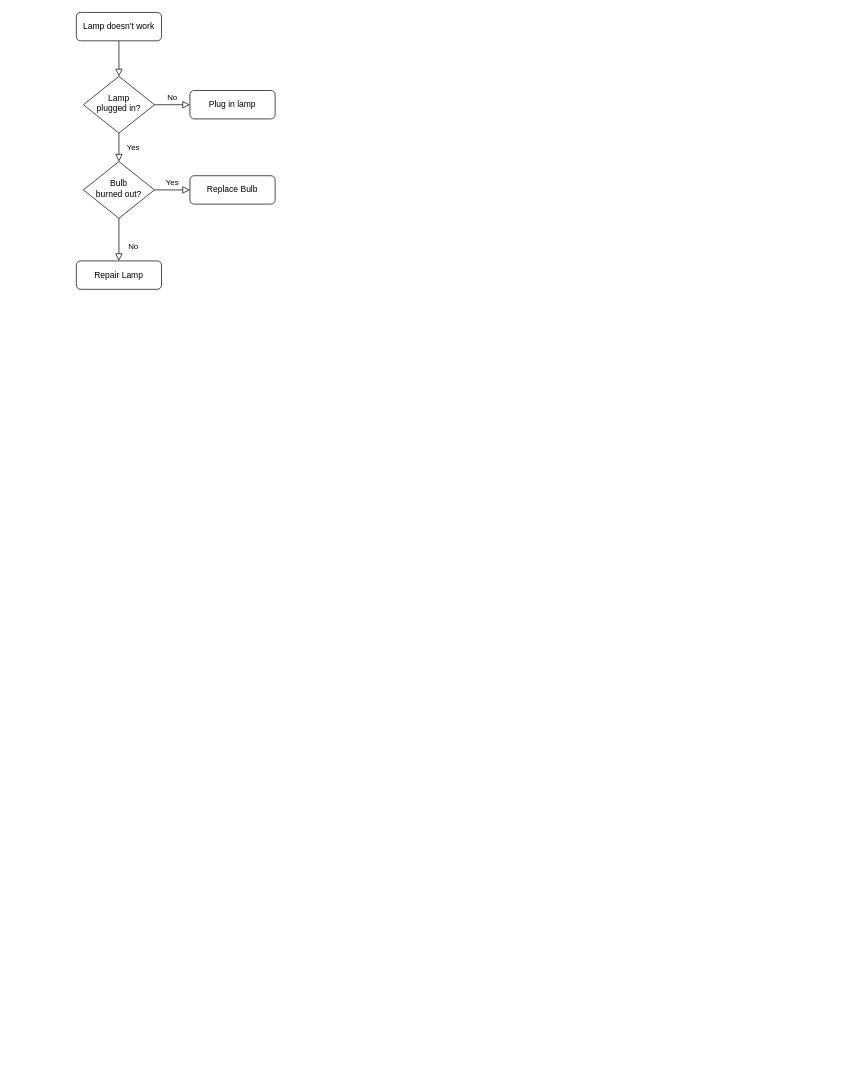
Earlier version of the draw.io diagram techlab/mdm.drawio (qiufang1314/drawio). Source tidied: cells renumbered, new cells numbered last; positions are measured from the earlier drawing's top-left corner, leaving out a move shared by most shapes. Both pictures are drawn from the tidied source at 71%, with x=0, y=0 at pixel (76, 12).
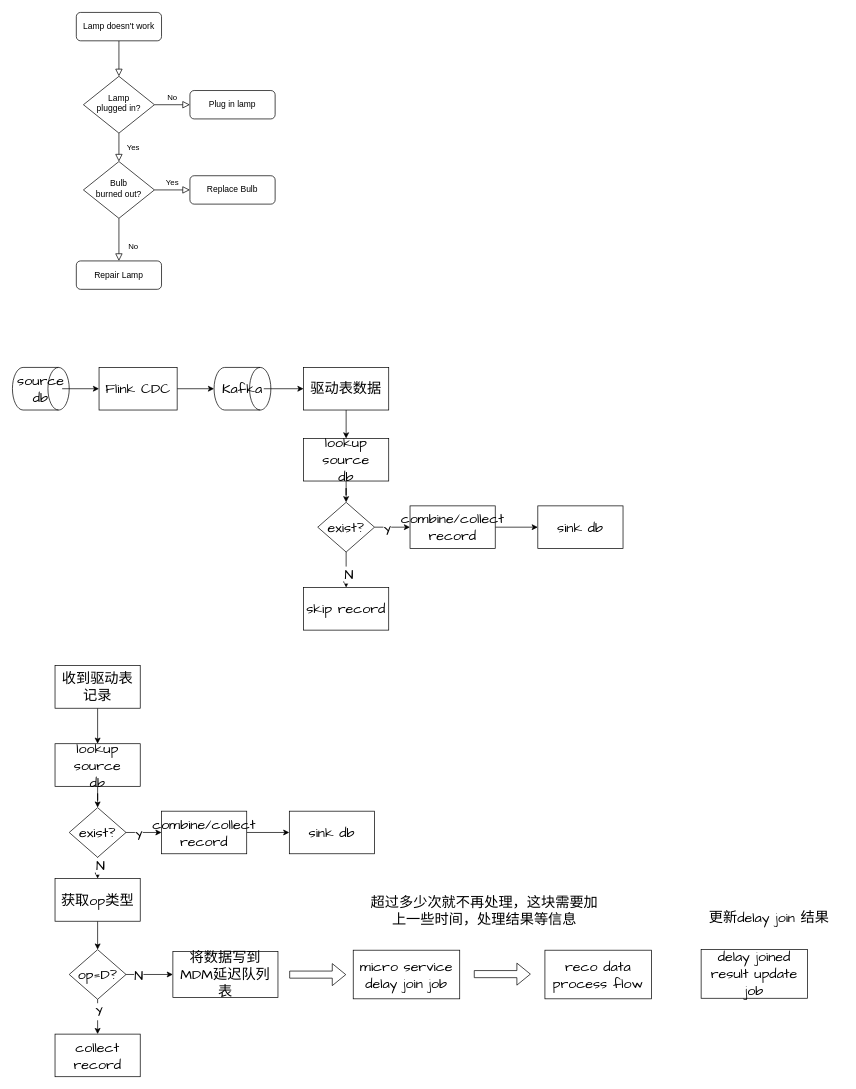
Above is the later version.

Change to the diagram source:
```diff
@@
+    <mxCell id="13" style="shape=cylinder3;whiteSpace=wrap;html=1;boundedLbl=1;backgroundOutline=1;size=15;hachureGap=4;fontFamily=Architects Daughter;fontSize=20;rotation=90;" parent="1" vertex="1">
+      <mxGeometry x="-80" y="490" width="60" height="80" as="geometry" />
+    </mxCell>
+    <mxCell id="14" style="edgeStyle=orthogonalEdgeStyle;rounded=0;sketch=0;hachureGap=4;jiggle=2;curveFitting=1;jettySize=auto;html=1;fontFamily=Architects Daughter;fontSize=16;" parent="1" edge="1" source="15" target="18">
+      <mxGeometry relative="1" as="geometry" />
+    </mxCell>
+    <mxCell id="15" value="source&lt;br&gt;db" style="text;html=1;strokeColor=none;fillColor=none;align=center;verticalAlign=middle;whiteSpace=wrap;rounded=0;fontSize=20;fontFamily=Architects Daughter;" parent="1" vertex="1">
+      <mxGeometry x="-80" y="515" width="60" height="30" as="geometry" />
+    </mxCell>
+    <mxCell id="16" style="edgeStyle=orthogonalEdgeStyle;rounded=0;hachureGap=4;orthogonalLoop=1;jettySize=auto;html=1;exitX=0.5;exitY=1;exitDx=0;exitDy=0;fontFamily=Architects Daughter;fontSize=16;" parent="1" edge="1" source="15" target="15">
+      <mxGeometry relative="1" as="geometry" />
+    </mxCell>
+    <mxCell id="17" style="edgeStyle=orthogonalEdgeStyle;rounded=0;sketch=0;hachureGap=4;jiggle=2;curveFitting=1;jettySize=auto;html=1;fontFamily=Architects Daughter;fontSize=16;" parent="1" edge="1" source="18" target="19">
+      <mxGeometry relative="1" as="geometry" />
+    </mxCell>
+    <mxCell id="18" value="Flink CDC" style="rounded=0;whiteSpace=wrap;html=1;sketch=0;hachureGap=4;jiggle=2;curveFitting=1;fontFamily=Architects Daughter;fontSize=20;" parent="1" vertex="1">
+      <mxGeometry x="32" y="500" width="110" height="60" as="geometry" />
+    </mxCell>
+    <mxCell id="19" style="shape=cylinder3;whiteSpace=wrap;html=1;boundedLbl=1;backgroundOutline=1;size=15;sketch=0;hachureGap=4;jiggle=2;curveFitting=1;fontFamily=Architects Daughter;fontSize=20;rotation=90;" parent="1" vertex="1">
+      <mxGeometry x="204" y="490" width="60" height="80" as="geometry" />
+    </mxCell>
+    <mxCell id="20" style="edgeStyle=orthogonalEdgeStyle;rounded=0;sketch=0;hachureGap=4;jiggle=2;curveFitting=1;jettySize=auto;html=1;fontFamily=Architects Daughter;fontSize=16;" parent="1" edge="1" source="21" target="23">
+      <mxGeometry relative="1" as="geometry" />
+    </mxCell>
+    <mxCell id="21" value="Kafka" style="text;html=1;strokeColor=none;fillColor=none;align=center;verticalAlign=middle;whiteSpace=wrap;rounded=0;fontSize=20;fontFamily=Architects Daughter;" parent="1" vertex="1">
+      <mxGeometry x="204" y="515" width="60" height="30" as="geometry" />
+    </mxCell>
+    <mxCell id="22" style="edgeStyle=orthogonalEdgeStyle;rounded=0;sketch=0;hachureGap=4;jiggle=2;curveFitting=1;jettySize=auto;html=1;fontFamily=Architects Daughter;fontSize=16;" parent="1" edge="1" source="23" target="25">
+      <mxGeometry relative="1" as="geometry" />
+    </mxCell>
+    <mxCell id="23" value="驱动表数据" style="rounded=0;whiteSpace=wrap;html=1;sketch=0;hachureGap=4;jiggle=2;curveFitting=1;fontFamily=Architects Daughter;fontSize=20;" parent="1" vertex="1">
+      <mxGeometry x="320" y="500" width="120" height="60" as="geometry" />
+    </mxCell>
+    <mxCell id="24" style="edgeStyle=orthogonalEdgeStyle;rounded=0;sketch=0;hachureGap=4;jiggle=2;curveFitting=1;jettySize=auto;html=1;fontFamily=Architects Daughter;fontSize=16;" parent="1" edge="1" source="25" target="30">
+      <mxGeometry relative="1" as="geometry" />
+    </mxCell>
+    <mxCell id="25" value="lookup source&lt;br&gt;db" style="rounded=0;whiteSpace=wrap;html=1;sketch=0;hachureGap=4;jiggle=2;curveFitting=1;fontFamily=Architects Daughter;fontSize=20;" parent="1" vertex="1">
+      <mxGeometry x="320" y="600" width="120" height="60" as="geometry" />
+    </mxCell>
+    <mxCell id="26" style="edgeStyle=orthogonalEdgeStyle;rounded=0;sketch=0;hachureGap=4;jiggle=2;curveFitting=1;jettySize=auto;html=1;fontFamily=Architects Daughter;fontSize=16;" parent="1" edge="1" source="30" target="32">
+      <mxGeometry relative="1" as="geometry" />
+    </mxCell>
+    <mxCell id="27" value="Y" style="edgeLabel;html=1;align=center;verticalAlign=middle;fontSize=20;fontFamily=Architects Daughter;" parent="26" vertex="1">
+      <mxGeometry x="-0.32" y="-3" relative="1" as="geometry" />
+    </mxCell>
+    <mxCell id="28" style="edgeStyle=orthogonalEdgeStyle;rounded=0;sketch=0;hachureGap=4;jiggle=2;curveFitting=1;jettySize=auto;html=1;fontFamily=Architects Daughter;fontSize=16;" parent="1" edge="1" source="30" target="33">
+      <mxGeometry relative="1" as="geometry" />
+    </mxCell>
+    <mxCell id="29" value="N" style="edgeLabel;html=1;align=center;verticalAlign=middle;fontSize=20;fontFamily=Architects Daughter;" parent="28" vertex="1">
+      <mxGeometry x="0.24" y="3" relative="1" as="geometry" />
+    </mxCell>
+    <mxCell id="30" value="exist?" style="rhombus;whiteSpace=wrap;html=1;sketch=0;hachureGap=4;jiggle=2;curveFitting=1;fontFamily=Architects Daughter;fontSize=20;" parent="1" vertex="1">
+      <mxGeometry x="340" y="690" width="80" height="70" as="geometry" />
+    </mxCell>
+    <mxCell id="31" style="edgeStyle=orthogonalEdgeStyle;rounded=0;sketch=0;hachureGap=4;jiggle=2;curveFitting=1;jettySize=auto;html=1;fontFamily=Architects Daughter;fontSize=16;" parent="1" edge="1" source="32" target="34">
+      <mxGeometry relative="1" as="geometry" />
+    </mxCell>
+    <mxCell id="32" value="combine/collect record" style="whiteSpace=wrap;html=1;fontSize=20;fontFamily=Architects Daughter;sketch=0;hachureGap=4;jiggle=2;curveFitting=1;" parent="1" vertex="1">
+      <mxGeometry x="470" y="695" width="120" height="60" as="geometry" />
+    </mxCell>
+    <mxCell id="33" value="skip record" style="whiteSpace=wrap;html=1;fontSize=20;fontFamily=Architects Daughter;sketch=0;hachureGap=4;jiggle=2;curveFitting=1;" parent="1" vertex="1">
+      <mxGeometry x="320" y="810" width="120" height="60" as="geometry" />
+    </mxCell>
+    <mxCell id="34" value="sink db" style="whiteSpace=wrap;html=1;fontSize=20;fontFamily=Architects Daughter;sketch=0;hachureGap=4;jiggle=2;curveFitting=1;" parent="1" vertex="1">
+      <mxGeometry x="650" y="695" width="120" height="60" as="geometry" />
+    </mxCell>
+    <mxCell id="35" style="edgeStyle=orthogonalEdgeStyle;rounded=0;sketch=0;hachureGap=4;jiggle=2;curveFitting=1;jettySize=auto;html=1;fontFamily=Architects Daughter;fontSize=16;" parent="1" edge="1" source="36" target="41">
+      <mxGeometry relative="1" as="geometry" />
+    </mxCell>
+    <mxCell id="36" value="lookup source&lt;br&gt;db" style="rounded=0;whiteSpace=wrap;html=1;sketch=0;hachureGap=4;jiggle=2;curveFitting=1;fontFamily=Architects Daughter;fontSize=20;" parent="1" vertex="1">
+      <mxGeometry x="-30" y="1030" width="120" height="60" as="geometry" />
+    </mxCell>
+    <mxCell id="37" style="edgeStyle=orthogonalEdgeStyle;rounded=0;sketch=0;hachureGap=4;jiggle=2;curveFitting=1;jettySize=auto;html=1;fontFamily=Architects Daughter;fontSize=16;" parent="1" edge="1" source="41" target="43">
+      <mxGeometry relative="1" as="geometry" />
+    </mxCell>
+    <mxCell id="38" value="Y" style="edgeLabel;html=1;align=center;verticalAlign=middle;fontSize=20;fontFamily=Architects Daughter;" parent="37" vertex="1">
+      <mxGeometry x="-0.32" y="-3" relative="1" as="geometry" />
+    </mxCell>
+    <mxCell id="39" style="edgeStyle=orthogonalEdgeStyle;rounded=0;sketch=0;hachureGap=4;jiggle=2;curveFitting=1;jettySize=auto;html=1;fontFamily=Architects Daughter;fontSize=16;" parent="1" edge="1" source="41" target="45">
+      <mxGeometry relative="1" as="geometry" />
+    </mxCell>
+    <mxCell id="40" value="N" style="edgeLabel;html=1;align=center;verticalAlign=middle;fontSize=20;fontFamily=Architects Daughter;" parent="39" vertex="1">
+      <mxGeometry x="0.24" y="3" relative="1" as="geometry" />
+    </mxCell>
+    <mxCell id="41" value="exist?" style="rhombus;whiteSpace=wrap;html=1;sketch=0;hachureGap=4;jiggle=2;curveFitting=1;fontFamily=Architects Daughter;fontSize=20;" parent="1" vertex="1">
+      <mxGeometry x="-10" y="1120" width="80" height="70" as="geometry" />
+    </mxCell>
+    <mxCell id="42" style="edgeStyle=orthogonalEdgeStyle;rounded=0;sketch=0;hachureGap=4;jiggle=2;curveFitting=1;jettySize=auto;html=1;fontFamily=Architects Daughter;fontSize=16;" parent="1" edge="1" source="43" target="46">
+      <mxGeometry relative="1" as="geometry" />
+    </mxCell>
+    <mxCell id="43" value="combine/collect record" style="whiteSpace=wrap;html=1;fontSize=20;fontFamily=Architects Daughter;sketch=0;hachureGap=4;jiggle=2;curveFitting=1;" parent="1" vertex="1">
+      <mxGeometry x="120" y="1125" width="120" height="60" as="geometry" />
+    </mxCell>
+    <mxCell id="44" style="edgeStyle=orthogonalEdgeStyle;rounded=0;sketch=0;hachureGap=4;jiggle=2;curveFitting=1;jettySize=auto;html=1;fontFamily=Architects Daughter;fontSize=16;" parent="1" edge="1" source="45" target="53">
+      <mxGeometry relative="1" as="geometry" />
+    </mxCell>
+    <mxCell id="45" value="获取op类型" style="whiteSpace=wrap;html=1;fontSize=20;fontFamily=Architects Daughter;sketch=0;hachureGap=4;jiggle=2;curveFitting=1;" parent="1" vertex="1">
+      <mxGeometry x="-30" y="1220" width="120" height="60" as="geometry" />
+    </mxCell>
+    <mxCell id="46" value="sink db" style="whiteSpace=wrap;html=1;fontSize=20;fontFamily=Architects Daughter;sketch=0;hachureGap=4;jiggle=2;curveFitting=1;" parent="1" vertex="1">
+      <mxGeometry x="300" y="1125" width="120" height="60" as="geometry" />
+    </mxCell>
+    <mxCell id="47" style="edgeStyle=orthogonalEdgeStyle;rounded=0;sketch=0;hachureGap=4;jiggle=2;curveFitting=1;jettySize=auto;html=1;fontFamily=Architects Daughter;fontSize=16;" parent="1" edge="1" source="48" target="36">
+      <mxGeometry relative="1" as="geometry" />
+    </mxCell>
+    <mxCell id="48" value="收到驱动表记录" style="rounded=0;whiteSpace=wrap;html=1;sketch=0;hachureGap=4;jiggle=2;curveFitting=1;fontFamily=Architects Daughter;fontSize=20;" parent="1" vertex="1">
+      <mxGeometry x="-30" y="920" width="120" height="60" as="geometry" />
+    </mxCell>
+    <mxCell id="49" style="edgeStyle=orthogonalEdgeStyle;rounded=0;sketch=0;hachureGap=4;jiggle=2;curveFitting=1;jettySize=auto;html=1;fontFamily=Architects Daughter;fontSize=16;" parent="1" edge="1" source="53" target="54">
+      <mxGeometry relative="1" as="geometry" />
+    </mxCell>
+    <mxCell id="50" value="N" style="edgeLabel;html=1;align=center;verticalAlign=middle;fontSize=20;fontFamily=Architects Daughter;" parent="49" vertex="1">
+      <mxGeometry x="-0.48" relative="1" as="geometry" />
+    </mxCell>
+    <mxCell id="51" style="edgeStyle=orthogonalEdgeStyle;rounded=0;sketch=0;hachureGap=4;jiggle=2;curveFitting=1;jettySize=auto;html=1;fontFamily=Architects Daughter;fontSize=16;" parent="1" edge="1" source="53" target="55">
+      <mxGeometry relative="1" as="geometry" />
+    </mxCell>
+    <mxCell id="52" value="Y" style="edgeLabel;html=1;align=center;verticalAlign=middle;fontSize=20;fontFamily=Architects Daughter;" parent="51" vertex="1">
+      <mxGeometry x="-0.36" y="1" relative="1" as="geometry" />
+    </mxCell>
+    <mxCell id="53" value="op=D?" style="rhombus;whiteSpace=wrap;html=1;sketch=0;hachureGap=4;jiggle=2;curveFitting=1;fontFamily=Architects Daughter;fontSize=20;" parent="1" vertex="1">
+      <mxGeometry x="-10" y="1320" width="80" height="70" as="geometry" />
+    </mxCell>
+    <mxCell id="54" value="将数据写到MDM延迟队列表" style="whiteSpace=wrap;html=1;fontSize=20;fontFamily=Architects Daughter;sketch=0;hachureGap=4;jiggle=2;curveFitting=1;" parent="1" vertex="1">
+      <mxGeometry x="136" y="1322.5" width="148" height="65" as="geometry" />
+    </mxCell>
+    <mxCell id="55" value="collect record" style="whiteSpace=wrap;html=1;fontSize=20;fontFamily=Architects Daughter;sketch=0;hachureGap=4;jiggle=2;curveFitting=1;" parent="1" vertex="1">
+      <mxGeometry x="-30" y="1439" width="120" height="60" as="geometry" />
+    </mxCell>
+    <mxCell id="56" value="micro service&lt;br&gt;delay join job" style="rounded=0;whiteSpace=wrap;html=1;sketch=0;hachureGap=4;jiggle=2;curveFitting=1;fontFamily=Architects Daughter;fontSize=20;" parent="1" vertex="1">
+      <mxGeometry x="390" y="1320.8" width="150" height="68.5" as="geometry" />
+    </mxCell>
+    <mxCell id="57" style="shape=flexArrow;endArrow=classic;html=1;rounded=0;sketch=0;hachureGap=4;jiggle=2;curveFitting=1;fontFamily=Architects Daughter;fontSize=16;" parent="1" edge="1">
+      <mxGeometry relative="1" as="geometry">
+        <mxPoint x="300" y="1355.2" as="sourcePoint" />
+        <mxPoint x="380" y="1355.2" as="targetPoint" />
+      </mxGeometry>
+    </mxCell>
+    <mxCell id="58" value="reco data process flow" style="rounded=0;whiteSpace=wrap;html=1;sketch=0;hachureGap=4;jiggle=2;curveFitting=1;fontFamily=Architects Daughter;fontSize=20;" parent="1" vertex="1">
+      <mxGeometry x="660" y="1320.8" width="150" height="68.5" as="geometry" />
+    </mxCell>
+    <mxCell id="59" style="shape=flexArrow;endArrow=classic;html=1;rounded=0;sketch=0;hachureGap=4;jiggle=2;curveFitting=1;fontFamily=Architects Daughter;fontSize=16;" parent="1" edge="1">
+      <mxGeometry relative="1" as="geometry">
+        <mxPoint x="560" y="1354.5" as="sourcePoint" />
+        <mxPoint x="640" y="1354.5" as="targetPoint" />
+      </mxGeometry>
+    </mxCell>
+    <mxCell id="60" value="超过多少次就不再处理，这块需要加上一些时间，处理结果等信息" style="text;html=1;strokeColor=none;fillColor=none;align=center;verticalAlign=middle;whiteSpace=wrap;rounded=0;fontSize=20;fontFamily=Architects Daughter;" parent="1" vertex="1">
+      <mxGeometry x="410" y="1240" width="330" height="50" as="geometry" />
+    </mxCell>
+    <mxCell id="61" value="delay joined result update&lt;br&gt;job" style="rounded=0;whiteSpace=wrap;html=1;sketch=0;hachureGap=4;jiggle=2;curveFitting=1;fontFamily=Architects Daughter;fontSize=20;" parent="1" vertex="1">
+      <mxGeometry x="880" y="1320" width="150" height="68.5" as="geometry" />
+    </mxCell>
+    <mxCell id="62" value="更新delay join 结果" style="text;html=1;strokeColor=none;fillColor=none;align=center;verticalAlign=middle;whiteSpace=wrap;rounded=0;fontSize=20;fontFamily=Architects Daughter;" parent="1" vertex="1">
+      <mxGeometry x="871" y="1260" width="210" height="30" as="geometry" />
+    </mxCell>
```
